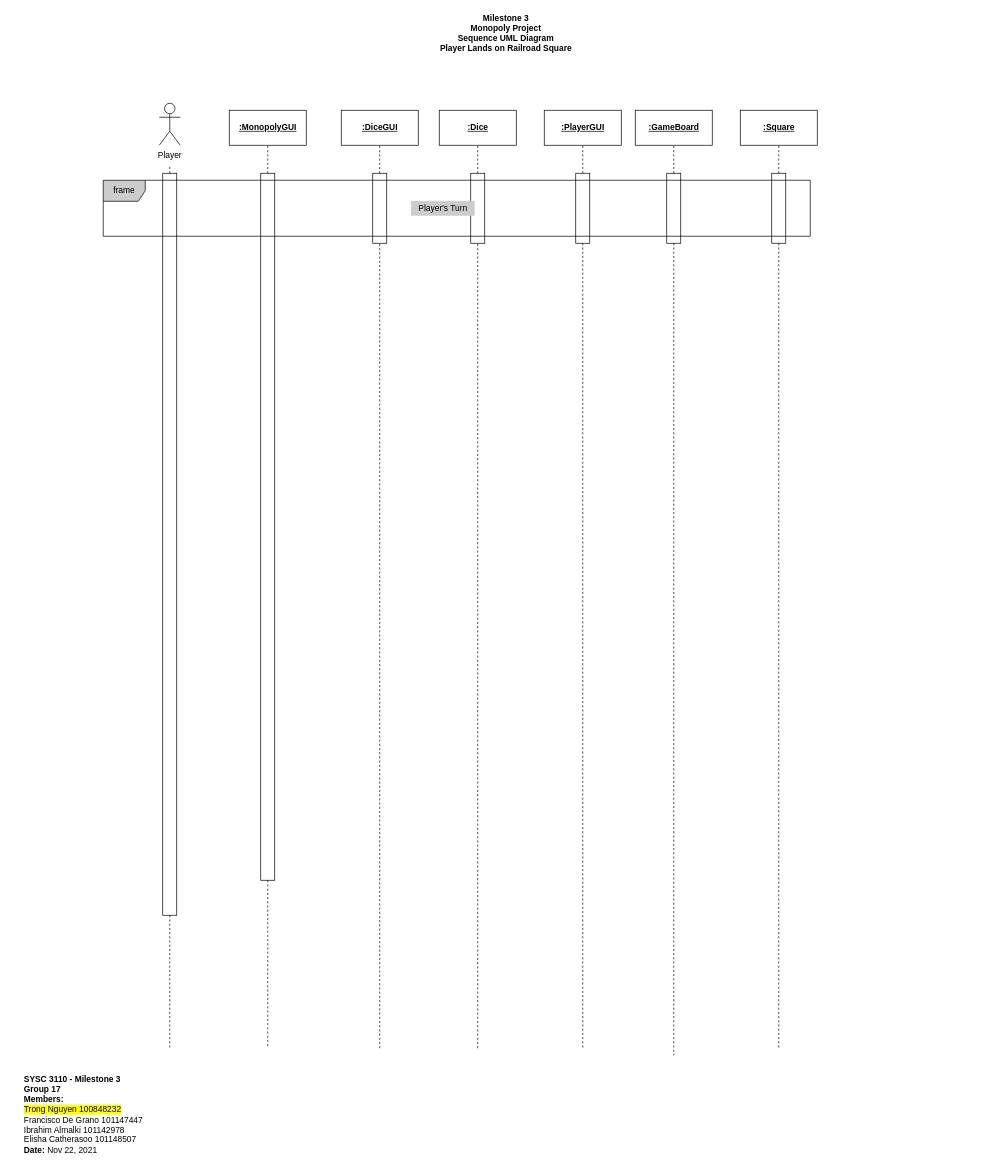
Earlier version of the draw.io diagram page "SequenceUML_4" (5 of 5) of M3_ClassUML.drawio (trong0dn/monopoly). Source tidied: cells renumbered, new cells numbered last; positions are measured from the earlier drawing's top-left corner, leaving out a move shared by most shapes. Both pictures are drawn from the tidied source at 70%, with x=0, y=0 at pixel (22, 12).
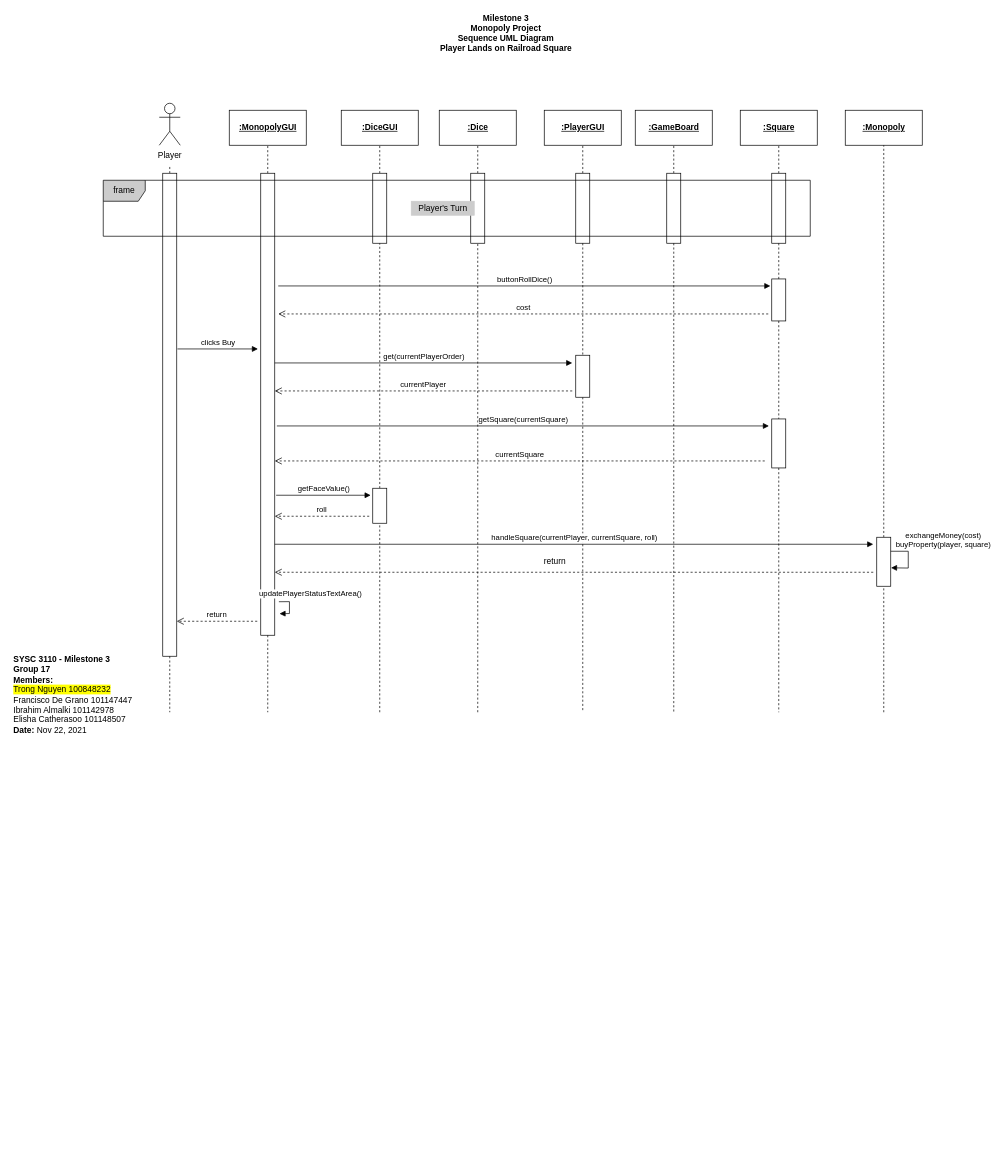
The same page after the edit.

Unchanged cells that the change refers to:
```xml
<mxCell id="11" style="rounded=0;whiteSpace=wrap;html=1;align=left;" parent="1" vertex="1">
  <mxGeometry x="500" y="230" width="20" height="100" as="geometry" />
</mxCell>
<mxCell id="14" style="rounded=0;whiteSpace=wrap;html=1;align=left;" parent="1" vertex="1">
  <mxGeometry x="640" y="230" width="20" height="100" as="geometry" />
</mxCell>
<mxCell id="17" style="rounded=0;whiteSpace=wrap;html=1;align=left;" parent="1" vertex="1">
  <mxGeometry x="790" y="230" width="20" height="100" as="geometry" />
</mxCell>
<mxCell id="22" style="rounded=0;whiteSpace=wrap;html=1;align=left;" parent="1" vertex="1">
  <mxGeometry x="920" y="230" width="20" height="100" as="geometry" />
</mxCell>
<mxCell id="28" style="rounded=0;whiteSpace=wrap;html=1;align=left;" parent="1" vertex="1">
  <mxGeometry x="1070" y="230" width="20" height="100" as="geometry" />
</mxCell>
```

Diff of the diagram source:
```diff
@@
     <mxCell id="3" value="&lt;b&gt;SYSC 3110 - Milestone 3&lt;/b&gt;&lt;br&gt;&lt;b&gt;Group 17&lt;/b&gt;&lt;br&gt;&lt;b&gt;Members:&lt;/b&gt;&lt;br&gt;&lt;span style=&quot;background-color: rgb(255 , 255 , 0)&quot;&gt;Trong Nguyen 100848232 &lt;/span&gt;&lt;br&gt;Francisco De Grano 101147447 &lt;br&gt;Ibrahim Almalki 101142978 &lt;br&gt;Elisha Catherasoo 101148507&lt;br&gt;&lt;b&gt;Date: &lt;/b&gt;Nov 22, 2021" style="text;html=1;strokeColor=none;fillColor=none;align=left;verticalAlign=middle;whiteSpace=wrap;rounded=0;" parent="1" vertex="1">
-      <mxGeometry y="1510" width="200" height="130" as="geometry" />
+      <mxGeometry x="-15" y="910" width="200" height="130" as="geometry" />
     </mxCell>
@@
     <mxCell id="8" style="rounded=0;whiteSpace=wrap;html=1;align=left;" parent="1" vertex="1">
-      <mxGeometry x="340" y="230" width="20" height="1010" as="geometry" />
+      <mxGeometry x="340" y="230" width="20" height="660" as="geometry" />
     </mxCell>
@@
     <mxCell id="18" style="endArrow=none;dashed=1;html=1;rounded=0;" parent="1" edge="1" target="14">
       <mxGeometry relative="1" as="geometry">
-        <mxPoint x="650" y="1480" as="sourcePoint" />
+        <mxPoint x="650" y="1000" as="sourcePoint" />
       </mxGeometry>
     </mxCell>
-    <mxCell id="19" style="endArrow=none;dashed=1;html=1;rounded=0;" parent="1" edge="1" target="11">
-      <mxGeometry relative="1" as="geometry">
-        <mxPoint x="510" y="1480" as="sourcePoint" />
-      </mxGeometry>
+    <mxCell id="19" style="endArrow=none;dashed=1;html=1;rounded=0;startArrow=none;" parent="1" edge="1" source="49" target="11">
+      <mxGeometry relative="1" as="geometry" />
     </mxCell>
@@
     <mxCell id="23" style="endArrow=none;dashed=1;html=1;rounded=0;" parent="1" edge="1" source="22">
       <mxGeometry relative="1" as="geometry">
-        <mxPoint x="930" y="1490" as="targetPoint" />
+        <mxPoint x="930" y="1000" as="targetPoint" />
       </mxGeometry>
     </mxCell>
-    <mxCell id="24" style="endArrow=none;dashed=1;html=1;rounded=0;" parent="1" edge="1" source="17">
+    <mxCell id="24" style="endArrow=none;dashed=1;html=1;rounded=0;startArrow=none;" parent="1" edge="1" source="41">
       <mxGeometry relative="1" as="geometry">
-        <mxPoint x="800" y="1480" as="targetPoint" />
+        <mxPoint x="800" y="1000" as="targetPoint" />
       </mxGeometry>
     </mxCell>
     <mxCell id="25" style="endArrow=none;dashed=1;html=1;rounded=0;" parent="1" edge="1" source="8">
       <mxGeometry relative="1" as="geometry">
-        <mxPoint x="350" y="1480" as="targetPoint" />
+        <mxPoint x="350" y="1000" as="targetPoint" />
       </mxGeometry>
     </mxCell>
@@
-    <mxCell id="29" style="endArrow=none;dashed=1;html=1;rounded=0;" parent="1" edge="1" source="28">
-      <mxGeometry relative="1" as="geometry">
-        <mxPoint x="1080" y="1480" as="targetPoint" />
-      </mxGeometry>
-    </mxCell>
     <mxCell id="30" style="rounded=0;whiteSpace=wrap;html=1;align=left;" parent="1" vertex="1">
-      <mxGeometry x="200" y="230" width="20" height="1060" as="geometry" />
+      <mxGeometry x="200" y="230" width="20" height="690" as="geometry" />
     </mxCell>
     <mxCell id="31" style="endArrow=none;dashed=1;html=1;rounded=0;" parent="1" edge="1" source="30">
       <mxGeometry relative="1" as="geometry">
-        <mxPoint x="210" y="1480" as="targetPoint" />
+        <mxPoint x="210" y="1000" as="targetPoint" />
       </mxGeometry>
     </mxCell>
@@
+    <mxCell id="34" value="buttonRollDice()" style="html=1;verticalAlign=bottom;endArrow=block;rounded=0;" parent="1" edge="1">
+      <mxGeometry relative="1" as="geometry">
+        <mxPoint x="365" y="391" as="sourcePoint" />
+        <mxPoint x="1068" y="391" as="targetPoint" />
+      </mxGeometry>
+    </mxCell>
+    <mxCell id="35" value="clicks Buy" style="html=1;verticalAlign=bottom;endArrow=block;rounded=0;" parent="1" edge="1">
+      <mxGeometry relative="1" as="geometry">
+        <mxPoint x="221" y="481" as="sourcePoint" />
+        <mxPoint x="336" y="481" as="targetPoint" />
+      </mxGeometry>
+    </mxCell>
+    <mxCell id="36" style="rounded=0;whiteSpace=wrap;html=1;align=left;" parent="1" vertex="1">
+      <mxGeometry x="1070" y="381" width="20" height="60" as="geometry" />
+    </mxCell>
+    <mxCell id="37" style="endArrow=none;dashed=1;html=1;rounded=0;" parent="1" edge="1" source="28" target="36">
+      <mxGeometry relative="1" as="geometry" />
+    </mxCell>
+    <mxCell id="38" value="cost" style="html=1;verticalAlign=bottom;endArrow=open;dashed=1;endSize=8;rounded=0;" parent="1" edge="1">
+      <mxGeometry relative="1" as="geometry">
+        <mxPoint x="1065" y="431" as="sourcePoint" />
+        <mxPoint x="365" y="431" as="targetPoint" />
+      </mxGeometry>
+    </mxCell>
+    <mxCell id="39" value="&lt;b&gt;&lt;u&gt;:Monopoly&lt;/u&gt;&lt;/b&gt;" style="html=1;align=center;" parent="1" vertex="1">
+      <mxGeometry x="1175" y="140" width="110" height="50" as="geometry" />
+    </mxCell>
+    <mxCell id="40" style="endArrow=none;dashed=1;html=1;rounded=0;startArrow=none;" parent="1" edge="1" source="53" target="39">
+      <mxGeometry relative="1" as="geometry" />
+    </mxCell>
+    <mxCell id="41" style="rounded=0;whiteSpace=wrap;html=1;align=left;" parent="1" vertex="1">
+      <mxGeometry x="790" y="490" width="20" height="60" as="geometry" />
+    </mxCell>
+    <mxCell id="42" style="endArrow=none;dashed=1;html=1;rounded=0;" parent="1" edge="1" source="17" target="41">
+      <mxGeometry relative="1" as="geometry" />
+    </mxCell>
+    <mxCell id="43" style="rounded=0;whiteSpace=wrap;html=1;align=left;" parent="1" vertex="1">
+      <mxGeometry x="1070" y="581" width="20" height="70" as="geometry" />
+    </mxCell>
+    <mxCell id="44" style="endArrow=none;dashed=1;html=1;rounded=0;startArrow=none;" parent="1" edge="1" source="36" target="43">
+      <mxGeometry relative="1" as="geometry" />
+    </mxCell>
+    <mxCell id="45" value="get(currentPlayerOrder)" style="html=1;verticalAlign=bottom;endArrow=block;rounded=0;" parent="1" edge="1">
+      <mxGeometry relative="1" as="geometry">
+        <mxPoint x="360" y="501" as="sourcePoint" />
+        <mxPoint x="785" y="501" as="targetPoint" />
+      </mxGeometry>
+    </mxCell>
+    <mxCell id="46" value="currentPlayer" style="html=1;verticalAlign=bottom;endArrow=open;dashed=1;endSize=8;rounded=0;" parent="1" edge="1">
+      <mxGeometry relative="1" as="geometry">
+        <mxPoint x="785" y="541" as="sourcePoint" />
+        <mxPoint x="360" y="541" as="targetPoint" />
+      </mxGeometry>
+    </mxCell>
+    <mxCell id="47" value="getSquare(currentSquare)" style="html=1;verticalAlign=bottom;endArrow=block;rounded=0;" parent="1" edge="1">
+      <mxGeometry relative="1" as="geometry">
+        <mxPoint x="363" y="591" as="sourcePoint" />
+        <mxPoint x="1066" y="591" as="targetPoint" />
+      </mxGeometry>
+    </mxCell>
+    <mxCell id="48" value="currentSquare" style="html=1;verticalAlign=bottom;endArrow=open;dashed=1;endSize=8;rounded=0;" parent="1" edge="1">
+      <mxGeometry relative="1" as="geometry">
+        <mxPoint x="1060" y="641" as="sourcePoint" />
+        <mxPoint x="360" y="641" as="targetPoint" />
+      </mxGeometry>
+    </mxCell>
+    <mxCell id="49" style="rounded=0;whiteSpace=wrap;html=1;align=left;" parent="1" vertex="1">
+      <mxGeometry x="500" y="680" width="20" height="50" as="geometry" />
+    </mxCell>
+    <mxCell id="50" style="endArrow=none;dashed=1;html=1;rounded=0;startArrow=none;" parent="1" edge="1" target="49">
+      <mxGeometry relative="1" as="geometry">
+        <mxPoint x="510" y="1000" as="sourcePoint" />
+      </mxGeometry>
+    </mxCell>
+    <mxCell id="51" value="getFaceValue()" style="html=1;verticalAlign=bottom;endArrow=block;rounded=0;" parent="1" edge="1">
+      <mxGeometry relative="1" as="geometry">
+        <mxPoint x="362" y="690" as="sourcePoint" />
+        <mxPoint x="497" y="690" as="targetPoint" />
+      </mxGeometry>
+    </mxCell>
+    <mxCell id="52" value="roll" style="html=1;verticalAlign=bottom;endArrow=open;dashed=1;endSize=8;rounded=0;" parent="1" edge="1">
+      <mxGeometry relative="1" as="geometry">
+        <mxPoint x="495" y="720" as="sourcePoint" />
+        <mxPoint x="360" y="720" as="targetPoint" />
+      </mxGeometry>
+    </mxCell>
+    <mxCell id="53" style="rounded=0;whiteSpace=wrap;html=1;align=left;" parent="1" vertex="1">
+      <mxGeometry x="1220" y="750" width="20" height="70" as="geometry" />
+    </mxCell>
+    <mxCell id="54" style="endArrow=none;dashed=1;html=1;rounded=0;" parent="1" edge="1" target="53">
+      <mxGeometry relative="1" as="geometry">
+        <mxPoint x="1230" y="1000" as="sourcePoint" />
+      </mxGeometry>
+    </mxCell>
+    <mxCell id="55" value="handleSquare(currentPlayer, currentSquare, roll)" style="html=1;verticalAlign=bottom;endArrow=block;rounded=0;" parent="1" edge="1">
+      <mxGeometry relative="1" as="geometry">
+        <mxPoint x="360" y="760" as="sourcePoint" />
+        <mxPoint x="1215" y="760" as="targetPoint" />
+      </mxGeometry>
+    </mxCell>
+    <mxCell id="56" style="html=1;verticalAlign=bottom;endArrow=open;dashed=1;endSize=8;rounded=0;" parent="1" edge="1">
+      <mxGeometry relative="1" as="geometry">
+        <mxPoint x="1215" y="800" as="sourcePoint" />
+        <mxPoint x="360" y="800" as="targetPoint" />
+      </mxGeometry>
+    </mxCell>
+    <mxCell id="57" value="return" style="text;html=1;align=center;verticalAlign=middle;strokeColor=none;fillColor=none;" parent="1" vertex="1">
+      <mxGeometry x="735" y="775" width="50" height="20" as="geometry" />
+    </mxCell>
+    <mxCell id="58" value="exchangeMoney(cost)&lt;br&gt;buyProperty(player, square)" style="html=1;verticalAlign=bottom;endArrow=block;rounded=0;entryX=1.017;entryY=0.624;entryDx=0;entryDy=0;entryPerimeter=0;" parent="1" edge="1" target="53">
+      <mxGeometry x="-0.32" y="50" relative="1" as="geometry">
+        <mxPoint x="1240" y="770" as="sourcePoint" />
+        <Array as="points">
+          <mxPoint x="1265" y="770" />
+          <mxPoint x="1265" y="794" />
+        </Array>
+      </mxGeometry>
+    </mxCell>
+    <mxCell id="59" value="return" style="html=1;verticalAlign=bottom;endArrow=open;dashed=1;endSize=8;rounded=0;" parent="1" edge="1">
+      <mxGeometry relative="1" as="geometry">
+        <mxPoint x="335" y="870" as="sourcePoint" />
+        <mxPoint x="220" y="870" as="targetPoint" />
+      </mxGeometry>
+    </mxCell>
+    <mxCell id="60" value="updatePlayerStatusTextArea()" style="html=1;verticalAlign=bottom;endArrow=block;rounded=0;entryX=1.04;entryY=0.623;entryDx=0;entryDy=0;entryPerimeter=0;exitX=0.993;exitY=0.606;exitDx=0;exitDy=0;exitPerimeter=0;" parent="1" edge="1">
+      <mxGeometry x="-0.35" y="30" relative="1" as="geometry">
+        <mxPoint x="365.9" y="842.1" as="sourcePoint" />
+        <mxPoint x="366.8" y="859.2" as="targetPoint" />
+        <Array as="points">
+          <mxPoint x="381" y="842" />
+          <mxPoint x="381" y="859" />
+        </Array>
+        <mxPoint y="-2" as="offset" />
+      </mxGeometry>
+    </mxCell>
+    <mxCell id="61" style="endArrow=none;dashed=1;html=1;rounded=0;startArrow=none;" parent="1" edge="1" source="43">
+      <mxGeometry relative="1" as="geometry">
+        <mxPoint x="1080" y="1000" as="targetPoint" />
+      </mxGeometry>
+    </mxCell>
```
